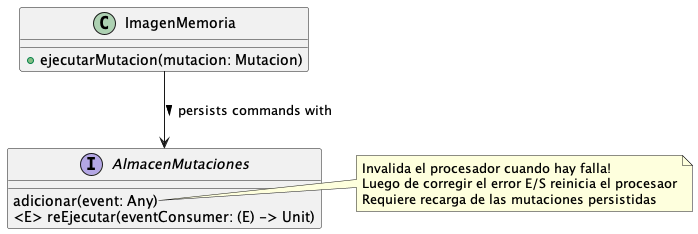
Earlier version of the PlantUML export kotlin/docs/img/kmemimg-4.png (xrrocha/jvm-funcional).
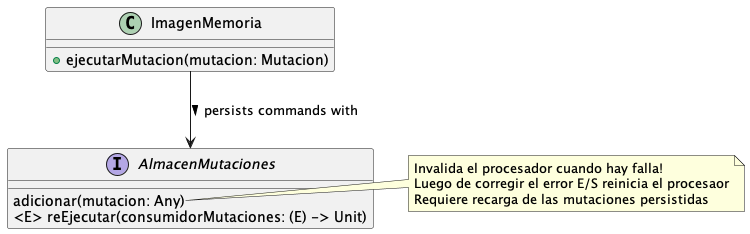
Above is the later version.

Change to the diagram source:
```diff
@@ -9,11 +9,11 @@
 }
 
 interface AlmacenMutaciones {
-    adicionar(event: Any)
-    <E> reEjecutar(eventConsumer: (E) -> Unit)
+    adicionar(mutacion: Any)
+    <E> reEjecutar(consumidorMutaciones: (E) -> Unit)
 }
 ImagenMemoria --> AlmacenMutaciones: persists commands with >
-note right of AlmacenMutaciones::"adicionar(event: Any)"
+note right of AlmacenMutaciones::"adicionar(mutacion: Any)"
     Invalida el procesador cuando hay falla!
     Luego de corregir el error E/S reinicia el procesaor
     Requiere recarga de las mutaciones persistidas
```
